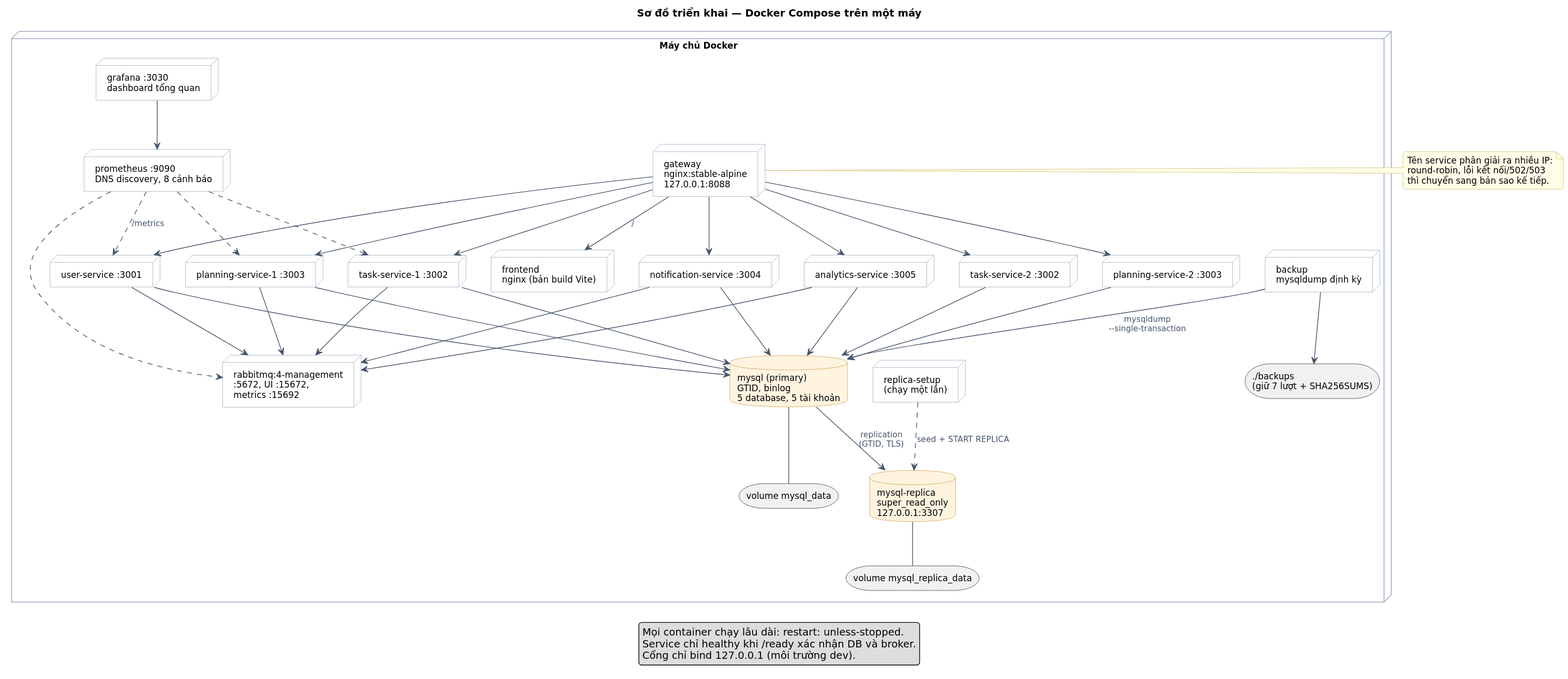
HuongLinh293/study_balance keeps this PlantUML diagram as docs/architecture/02-trien-khai.svg. Above is the earlier version.
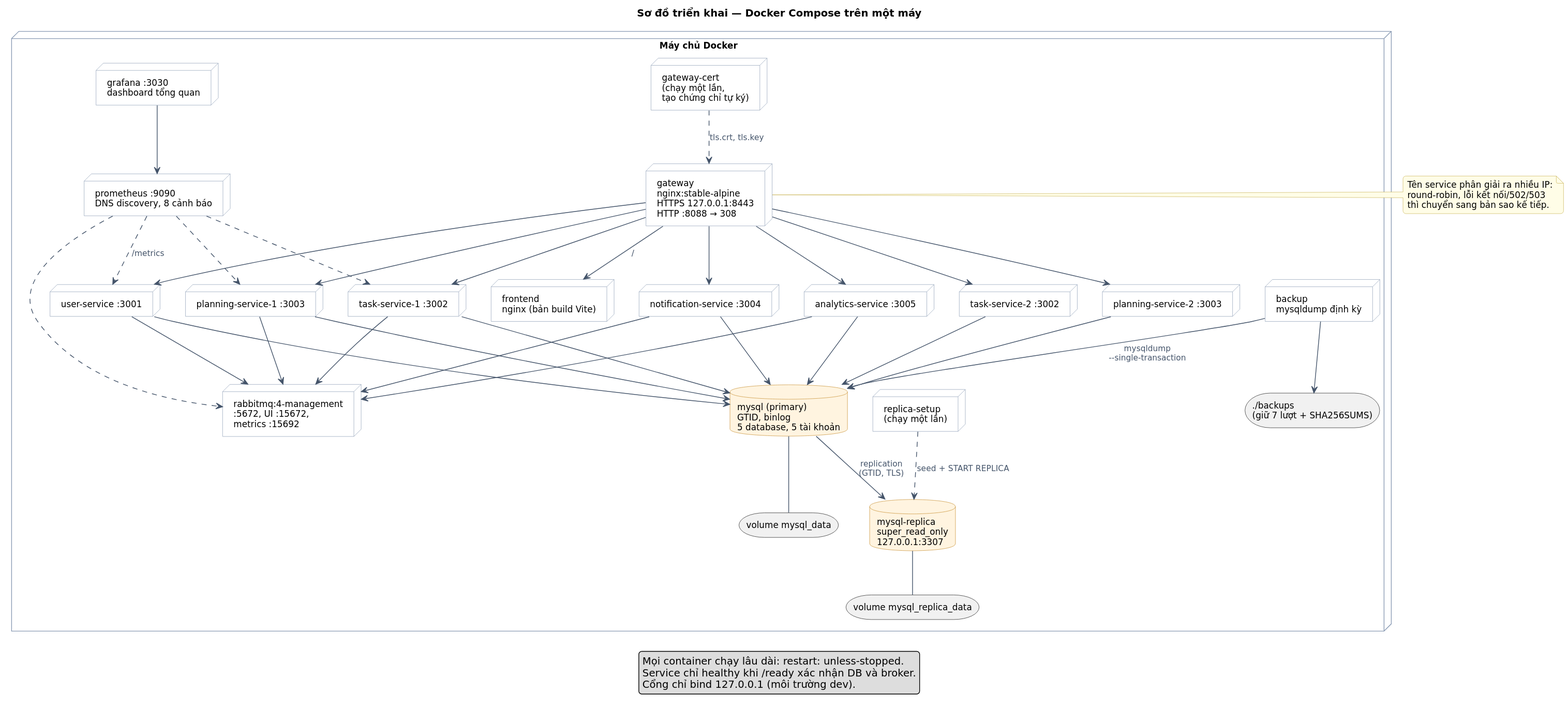
The same file after the commit.

Change to the diagram source:
```diff
@@ -3,7 +3,8 @@
 title Sơ đồ triển khai — Docker Compose trên một máy
 
 node "Máy chủ Docker" {
-  node "gateway\nnginx:stable-alpine\n127.0.0.1:8088" as gw
+  node "gateway\nnginx:stable-alpine\nHTTPS 127.0.0.1:8443\nHTTP :8088 → 308" as gw
+  node "gateway-cert\n(chạy một lần,\ntạo chứng chỉ tự ký)" as gc
   node "frontend\nnginx (bản build Vite)" as fe
 
   node "user-service :3001" as us
@@ -29,6 +30,7 @@
 }
 
 gw --> fe : /
+gc ..> gw : tls.crt, tls.key
 gw --> us
 gw --> ts1
 gw --> ts2
```
